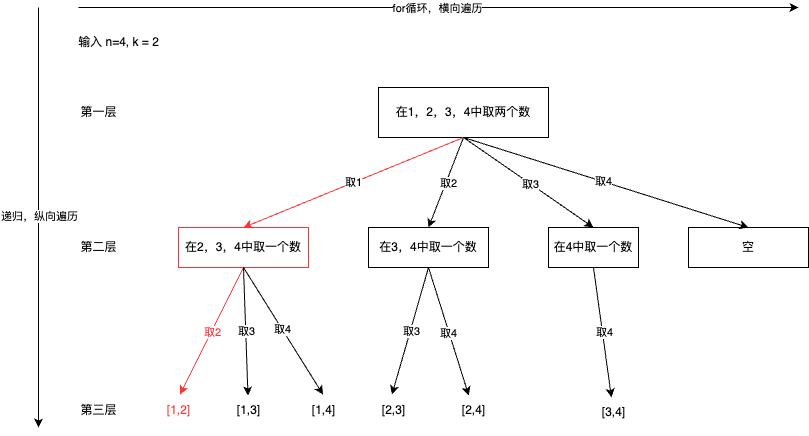
Before: LeetCode/77. 组合/回溯搜索的过程.drawio.png, a diagram exported from draw.io (qishilong/algorithm). Source tidied: cells renumbered, new cells last; positions are measured from the earlier drawing's top-left corner, leaving out a move shared by most shapes.
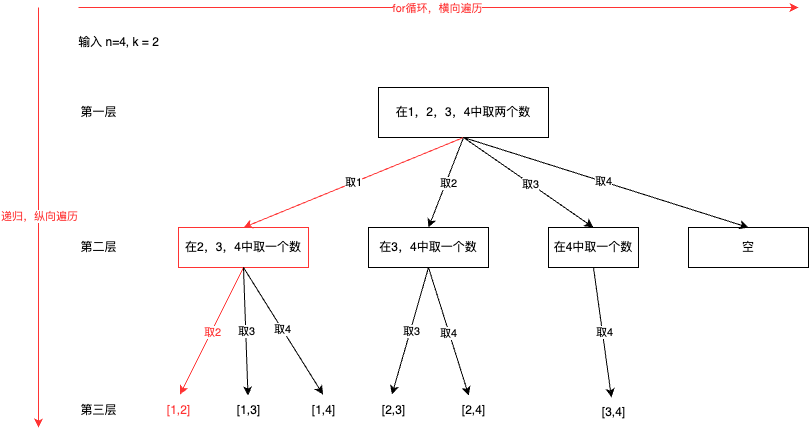
Above is the later version.

Commit message:
更新回溯搜索的过程.drawio.png

Change to the diagram source:
```diff
@@ -107,22 +107,22 @@
     <mxCell id="36" value="第三层" style="text;html=1;align=center;verticalAlign=middle;strokeColor=none;fillColor=none;" parent="1" vertex="1">
       <mxGeometry x="30" y="388" width="60" height="30" as="geometry" />
     </mxCell>
-    <mxCell id="37" style="endArrow=classic;html=1;rounded=0;" parent="1" edge="1">
+    <mxCell id="37" style="endArrow=classic;html=1;rounded=0;strokeColor=#FF3333;" parent="1" edge="1">
       <mxGeometry relative="1" as="geometry">
         <mxPoint x="40" as="sourcePoint" />
         <mxPoint x="760" as="targetPoint" />
       </mxGeometry>
     </mxCell>
-    <mxCell id="38" value="for循环，横向遍历" style="edgeLabel;html=1;align=center;verticalAlign=middle;" parent="37" vertex="1">
+    <mxCell id="38" value="for循环，横向遍历" style="edgeLabel;html=1;align=center;verticalAlign=middle;fontColor=#FF3333;" parent="37" vertex="1">
       <mxGeometry x="-0.01" relative="1" as="geometry" />
     </mxCell>
-    <mxCell id="39" style="endArrow=classic;html=1;rounded=0;" parent="1" edge="1">
+    <mxCell id="39" style="endArrow=classic;html=1;rounded=0;strokeColor=#FF3333;" parent="1" edge="1">
       <mxGeometry relative="1" as="geometry">
         <mxPoint as="sourcePoint" />
         <mxPoint y="420" as="targetPoint" />
       </mxGeometry>
     </mxCell>
-    <mxCell id="40" value="递归，纵向遍历" style="edgeLabel;html=1;align=center;verticalAlign=middle;" parent="39" vertex="1">
+    <mxCell id="40" value="递归，纵向遍历" style="edgeLabel;html=1;align=center;verticalAlign=middle;fontColor=#FF3333;" parent="39" vertex="1">
       <mxGeometry x="-0.01" relative="1" as="geometry" />
     </mxCell>
   </root>
```
